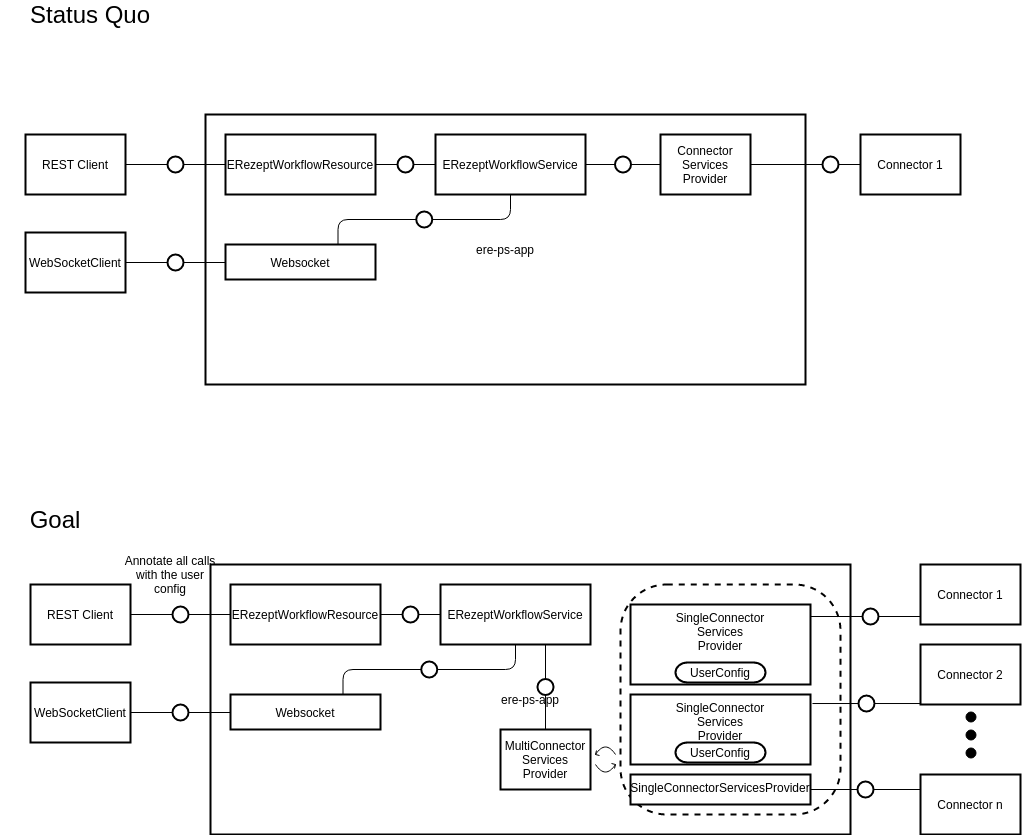
This is img/multi-connector-management.png from ere-health/architecture, a draw.io export, as it was before one commit. Source tidied: cells renumbered, new cells last; positions are measured from the earlier drawing's top-left corner, leaving out a move shared by most shapes.
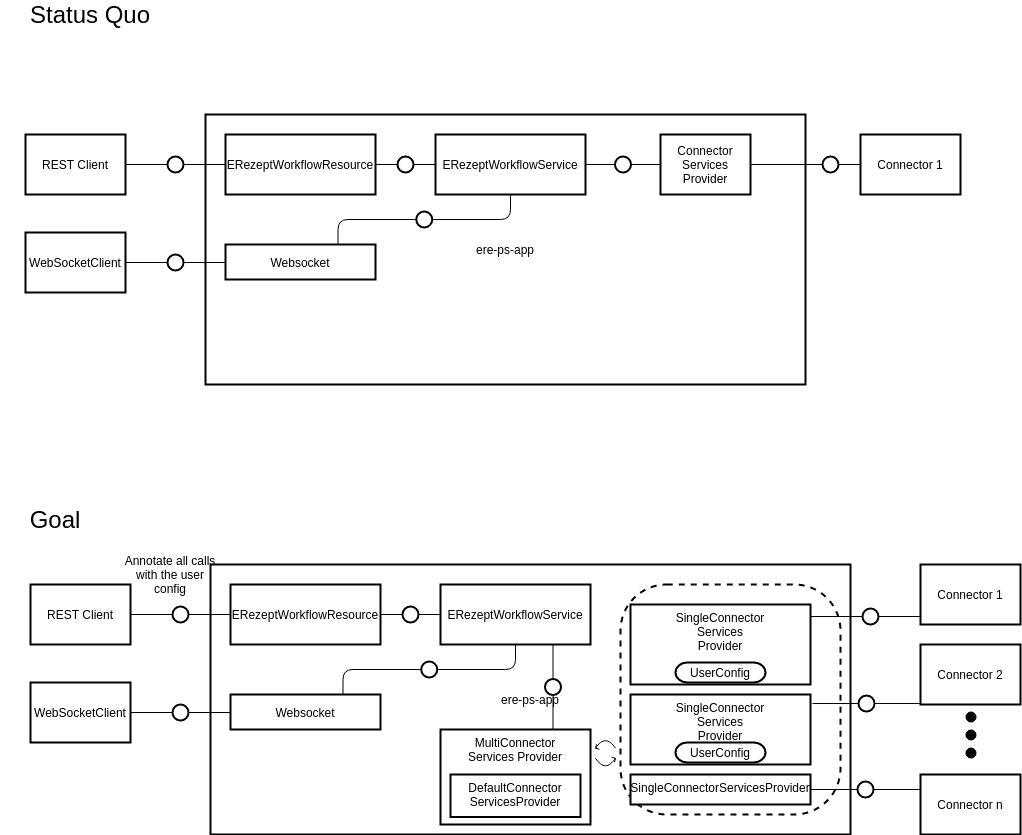
Later version of the same file.

What changed in the source:
```diff
@@ -17,8 +17,8 @@
     <mxCell id="6" value="ere-ps-app" style="shape=agent;offsetSize=8;strokeWidth=2;" parent="1" vertex="1">
       <mxGeometry x="210" y="560" width="640" height="270" as="geometry" />
     </mxCell>
-    <mxCell id="7" value="MultiConnector&#10;Services&#10;Provider" style="shape=agent;offsetSize=8;strokeWidth=2;" parent="1" vertex="1">
-      <mxGeometry x="500" y="725" width="90" height="60" as="geometry" />
+    <mxCell id="7" value="MultiConnector&#10;Services Provider" style="shape=agent;offsetSize=8;strokeWidth=2;verticalAlign=top;" parent="1" vertex="1">
+      <mxGeometry x="440" y="725" width="150" height="95" as="geometry" />
     </mxCell>
     <mxCell id="8" value="ERezeptWorkflowService" style="shape=agent;offsetSize=8;strokeWidth=2;" parent="1" vertex="1">
       <mxGeometry x="440" y="580" width="150" height="60" as="geometry" />
@@ -52,7 +52,7 @@
     <mxCell id="17" style="rounded=1;whiteSpace=wrap;html=1;arcSize=21;strokeWidth=2;dashed=1;" parent="1" vertex="1">
       <mxGeometry x="620" y="580" width="220" height="230" as="geometry" />
     </mxCell>
-    <mxCell id="18" style="shape=useedge;vertical=true;endArrow=none;useSignPosition=left;useSignDirection=none;exitX=0.5;exitY=0;exitDx=0;exitDy=0;" parent="1" edge="1" source="7" target="8">
+    <mxCell id="18" style="shape=useedge;vertical=true;endArrow=none;useSignPosition=left;useSignDirection=none;exitX=0.75;exitY=0;exitDx=0;exitDy=0;" parent="1" edge="1" source="7" target="8">
       <mxGeometry relative="1" as="geometry" />
     </mxCell>
     <mxCell id="19" value="SingleConnector&#10;Services&#10;Provider" style="shape=agent;offsetSize=8;strokeWidth=2;verticalAlign=top;" parent="1" vertex="1">
@@ -110,7 +110,7 @@
     <mxCell id="35" style="shape=useedge;endArrow=none;useSignPosition=up;useSignDirection=none;entryX=0;entryY=0.75;entryDx=0;entryDy=0;exitX=1;exitY=0.15;exitDx=0;exitDy=0;dx=60;dy=0;exitPerimeter=0;" parent="1" edge="1" source="19" target="2">
       <mxGeometry relative="1" as="geometry" />
     </mxCell>
-    <mxCell id="36" style="shape=updateedge;endArrow=none;exitX=1;exitY=0.5;exitDx=0;exitDy=0;entryX=0;entryY=0.75;entryDx=0;entryDy=0;" parent="1" edge="1" source="7" target="17">
+    <mxCell id="36" style="shape=updateedge;endArrow=none;exitX=1;exitY=0.25;exitDx=0;exitDy=0;entryX=0;entryY=0.75;entryDx=0;entryDy=0;" parent="1" edge="1" source="7" target="17">
       <mxGeometry relative="1" as="geometry" />
     </mxCell>
     <mxCell id="37" value="SingleConnector&#10;Services&#10;Provider" style="shape=agent;offsetSize=8;strokeWidth=2;verticalAlign=top;" parent="1" vertex="1">
@@ -137,5 +137,8 @@
     <mxCell id="44" value="Annotate all calls with the user config" style="text;html=1;strokeColor=none;fillColor=none;align=center;verticalAlign=middle;whiteSpace=wrap;rounded=0;" parent="1" vertex="1">
       <mxGeometry x="120" y="560" width="100" height="20" as="geometry" />
     </mxCell>
+    <mxCell id="45" value="DefaultConnector&#10;ServicesProvider" style="shape=agent;offsetSize=8;strokeWidth=2;verticalAlign=top;" parent="1" vertex="1">
+      <mxGeometry x="450" y="770" width="130" height="42.5" as="geometry" />
+    </mxCell>
   </root>
 </mxGraphModel>
```
